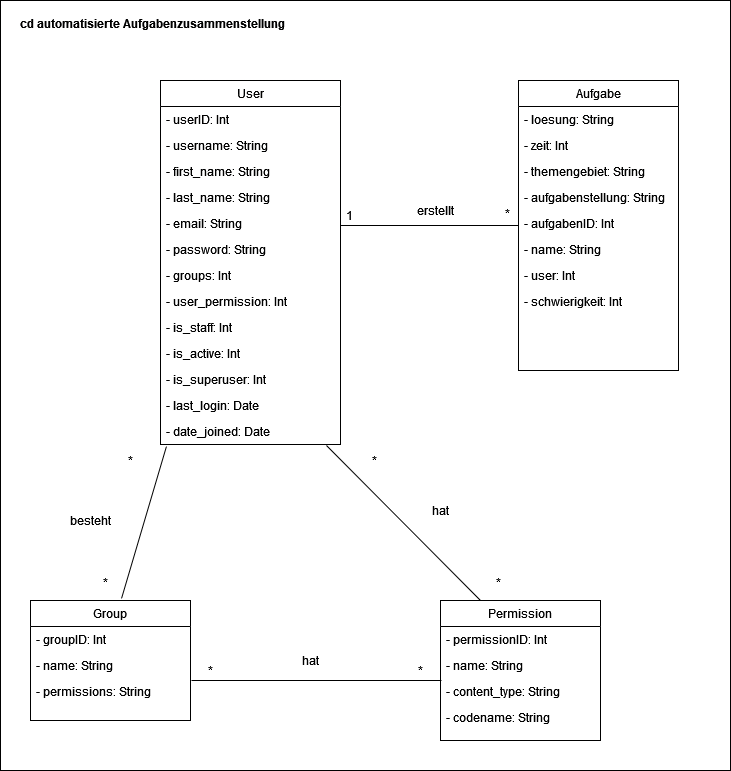
This is Dokumente/Klassendiagramm.png from LefGian/Software_Engineering_Internship, a draw.io export, as it was before one commit. Source tidied: cells renumbered, new cells last; positions are measured from the earlier drawing's top-left corner, leaving out a move shared by most shapes.
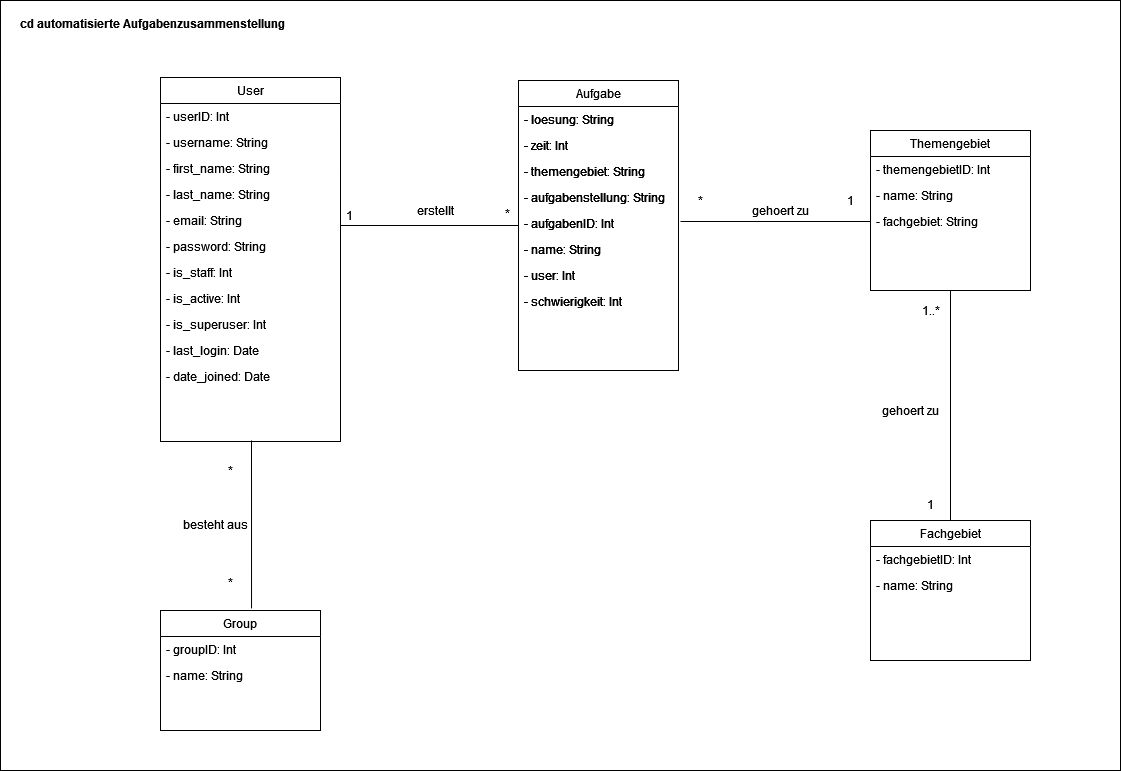
Later version of the same file.

Commit message:
Klassendiagramm aktualisiert

Change to the diagram source:
```diff
@@ -3,10 +3,10 @@
     <mxCell id="0" />
     <mxCell id="1" parent="0" />
     <mxCell id="2" style="rounded=0;whiteSpace=wrap;html=1;" parent="1" vertex="1">
-      <mxGeometry width="730" height="770" as="geometry" />
+      <mxGeometry width="1120" height="770" as="geometry" />
     </mxCell>
     <mxCell id="3" value="User" style="swimlane;fontStyle=0;align=center;verticalAlign=top;horizontal=1;startSize=26;rounded=0;shadow=0;strokeWidth=1;" parent="1" vertex="1">
-      <mxGeometry x="160" y="80" width="180" height="364" as="geometry" />
+      <mxGeometry x="160" y="77" width="180" height="364" as="geometry" />
     </mxCell>
     <mxCell id="4" value="- userID: Int" style="text;align=left;verticalAlign=top;spacingLeft=4;spacingRight=4;overflow=hidden;" parent="3" vertex="1">
       <mxGeometry y="26" width="180" height="26" as="geometry" />
@@ -26,26 +26,20 @@
     <mxCell id="9" value="- password: String" style="text;align=left;verticalAlign=top;spacingLeft=4;spacingRight=4;overflow=hidden;" parent="3" vertex="1">
       <mxGeometry y="156" width="180" height="26" as="geometry" />
     </mxCell>
-    <mxCell id="10" value="- groups: Int" style="text;align=left;verticalAlign=top;spacingLeft=4;spacingRight=4;overflow=hidden;" parent="3" vertex="1">
-      <mxGeometry y="182" width="180" height="26" as="geometry" />
-    </mxCell>
-    <mxCell id="11" value="- user_permission: Int" style="text;align=left;verticalAlign=top;spacingLeft=4;spacingRight=4;overflow=hidden;" parent="3" vertex="1">
-      <mxGeometry y="208" width="180" height="26" as="geometry" />
-    </mxCell>
     <mxCell id="12" value="- is_staff: Int" style="text;align=left;verticalAlign=top;spacingLeft=4;spacingRight=4;overflow=hidden;" parent="3" vertex="1">
-      <mxGeometry y="234" width="180" height="26" as="geometry" />
+      <mxGeometry y="182" width="180" height="26" as="geometry" />
     </mxCell>
     <mxCell id="13" value="- is_active: Int" style="text;align=left;verticalAlign=top;spacingLeft=4;spacingRight=4;overflow=hidden;" parent="3" vertex="1">
-      <mxGeometry y="260" width="180" height="26" as="geometry" />
+      <mxGeometry y="208" width="180" height="26" as="geometry" />
     </mxCell>
     <mxCell id="14" value="- is_superuser: Int" style="text;align=left;verticalAlign=top;spacingLeft=4;spacingRight=4;overflow=hidden;" parent="3" vertex="1">
-      <mxGeometry y="286" width="180" height="26" as="geometry" />
+      <mxGeometry y="234" width="180" height="26" as="geometry" />
     </mxCell>
     <mxCell id="15" value="- last_login: Date" style="text;align=left;verticalAlign=top;spacingLeft=4;spacingRight=4;overflow=hidden;" parent="3" vertex="1">
-      <mxGeometry y="312" width="180" height="26" as="geometry" />
+      <mxGeometry y="260" width="180" height="26" as="geometry" />
     </mxCell>
     <mxCell id="16" value="- date_joined: Date" style="text;align=left;verticalAlign=top;spacingLeft=4;spacingRight=4;overflow=hidden;points=[[0,0.5],[1,0.5]];portConstraint=eastwest;" parent="3" vertex="1">
-      <mxGeometry y="338" width="180" height="26" as="geometry" />
+      <mxGeometry y="286" width="180" height="26" as="geometry" />
     </mxCell>
     <mxCell id="17" value="Aufgabe" style="swimlane;fontStyle=0;align=center;verticalAlign=top;horizontal=1;startSize=26;rounded=0;shadow=0;strokeWidth=1;" parent="1" vertex="1">
       <mxGeometry x="518" y="80" width="160" height="290" as="geometry" />
@@ -89,8 +83,102 @@
         <mxPoint x="-7" y="-3" as="offset" />
       </mxGeometry>
     </mxCell>
+    <mxCell id="52" value="Themengebiet" style="swimlane;fontStyle=0;align=center;verticalAlign=top;horizontal=1;startSize=26;rounded=0;shadow=0;strokeWidth=1;" parent="1" vertex="1">
+      <mxGeometry x="870" y="130" width="160" height="160" as="geometry" />
+    </mxCell>
+    <mxCell id="53" value="- themengebietID: Int" style="text;align=left;verticalAlign=top;spacingLeft=4;spacingRight=4;overflow=hidden;" parent="52" vertex="1">
+      <mxGeometry y="26" width="160" height="26" as="geometry" />
+    </mxCell>
+    <mxCell id="54" value="- name: String" style="text;align=left;verticalAlign=top;spacingLeft=4;spacingRight=4;overflow=hidden;rounded=0;shadow=0;html=0;" parent="52" vertex="1">
+      <mxGeometry y="52" width="160" height="26" as="geometry" />
+    </mxCell>
+    <mxCell id="55" value="- fachgebiet: String" style="text;align=left;verticalAlign=top;spacingLeft=4;spacingRight=4;overflow=hidden;points=[[0,0.5],[1,0.5]];portConstraint=eastwest;rounded=0;shadow=0;html=0;" parent="52" vertex="1">
+      <mxGeometry y="78" width="160" height="26" as="geometry" />
+    </mxCell>
+    <mxCell id="40" style="endArrow=none;html=1;entryX=0.569;entryY=-0.017;entryDx=0;entryDy=0;entryPerimeter=0;" parent="1" edge="1" target="29">
+      <mxGeometry relative="1" as="geometry">
+        <mxPoint x="251" y="440" as="sourcePoint" />
+      </mxGeometry>
+    </mxCell>
+    <mxCell id="41" value="*" style="text;html=1;align=center;verticalAlign=middle;" parent="1" vertex="1">
+      <mxGeometry x="220" y="460" width="20" height="20" as="geometry" />
+    </mxCell>
+    <mxCell id="42" value="*" style="text;html=1;align=center;verticalAlign=middle;" parent="1" vertex="1">
+      <mxGeometry x="220" y="572" width="20" height="20" as="geometry" />
+    </mxCell>
+    <mxCell id="44" value="erstellt" style="text;html=1;align=center;verticalAlign=middle;" parent="1" vertex="1">
+      <mxGeometry x="410" y="200" width="50" height="20" as="geometry" />
+    </mxCell>
+    <mxCell id="46" value="besteht aus" style="text;html=1;align=center;verticalAlign=middle;" parent="1" vertex="1">
+      <mxGeometry x="175" y="514" width="80" height="20" as="geometry" />
+    </mxCell>
+    <mxCell id="51" value="cd automatisierte Aufgabenzusammenstellung" style="text;align=center;fontStyle=1;verticalAlign=middle;spacingLeft=3;spacingRight=3;strokeColor=none;" parent="1" vertex="1">
+      <mxGeometry x="15" y="10" width="275" height="26" as="geometry" />
+    </mxCell>
+    <mxCell id="56" value="Fachgebiet" style="swimlane;fontStyle=0;align=center;verticalAlign=top;horizontal=1;startSize=26;rounded=0;shadow=0;strokeWidth=1;" parent="1" vertex="1">
+      <mxGeometry x="870" y="520" width="160" height="140" as="geometry" />
+    </mxCell>
+    <mxCell id="57" value="- fachgebietID: Int" style="text;align=left;verticalAlign=top;spacingLeft=4;spacingRight=4;overflow=hidden;" parent="56" vertex="1">
+      <mxGeometry y="26" width="160" height="26" as="geometry" />
+    </mxCell>
+    <mxCell id="35" value="- name: String" style="text;align=left;verticalAlign=top;spacingLeft=4;spacingRight=4;overflow=hidden;" parent="56" vertex="1">
+      <mxGeometry y="52" width="160" height="26" as="geometry" />
+    </mxCell>
+    <mxCell id="58" value="Aufgabe" style="swimlane;fontStyle=0;align=center;verticalAlign=top;horizontal=1;startSize=26;rounded=0;shadow=0;strokeWidth=1;" parent="1" vertex="1">
+      <mxGeometry x="518" y="80" width="160" height="290" as="geometry" />
+    </mxCell>
+    <mxCell id="59" value="- loesung: String" style="text;align=left;verticalAlign=top;spacingLeft=4;spacingRight=4;overflow=hidden;" parent="58" vertex="1">
+      <mxGeometry y="26" width="160" height="26" as="geometry" />
+    </mxCell>
+    <mxCell id="60" value="- zeit: Int" style="text;align=left;verticalAlign=top;spacingLeft=4;spacingRight=4;overflow=hidden;rounded=0;shadow=0;html=0;" parent="58" vertex="1">
+      <mxGeometry y="52" width="160" height="26" as="geometry" />
+    </mxCell>
+    <mxCell id="61" value="- themengebiet: String" style="text;align=left;verticalAlign=top;spacingLeft=4;spacingRight=4;overflow=hidden;rounded=0;shadow=0;html=0;" parent="58" vertex="1">
+      <mxGeometry y="78" width="160" height="26" as="geometry" />
+    </mxCell>
+    <mxCell id="62" value="- aufgabenstellung: String" style="text;align=left;verticalAlign=top;spacingLeft=4;spacingRight=4;overflow=hidden;rounded=0;shadow=0;html=0;" parent="58" vertex="1">
+      <mxGeometry y="104" width="160" height="26" as="geometry" />
+    </mxCell>
+    <mxCell id="63" value="- aufgabenID: Int" style="text;align=left;verticalAlign=top;spacingLeft=4;spacingRight=4;overflow=hidden;rounded=0;shadow=0;html=0;fontStyle=0;" parent="58" vertex="1">
+      <mxGeometry y="130" width="160" height="26" as="geometry" />
+    </mxCell>
+    <mxCell id="64" value="- name: String" style="text;align=left;verticalAlign=top;spacingLeft=4;spacingRight=4;overflow=hidden;" parent="58" vertex="1">
+      <mxGeometry y="156" width="160" height="26" as="geometry" />
+    </mxCell>
+    <mxCell id="65" value="- user: Int" style="text;align=left;verticalAlign=top;spacingLeft=4;spacingRight=4;overflow=hidden;" parent="58" vertex="1">
+      <mxGeometry y="182" width="160" height="26" as="geometry" />
+    </mxCell>
+    <mxCell id="66" value="- schwierigkeit: Int" style="text;align=left;verticalAlign=top;spacingLeft=4;spacingRight=4;overflow=hidden;" parent="58" vertex="1">
+      <mxGeometry y="208" width="160" height="26" as="geometry" />
+    </mxCell>
+    <mxCell id="67" style="endArrow=none;endFill=0;endSize=12;html=1;entryX=0;entryY=0.5;entryDx=0;entryDy=0;" parent="1" edge="1" target="55">
+      <mxGeometry relative="1" as="geometry">
+        <mxPoint x="680" y="221" as="sourcePoint" />
+      </mxGeometry>
+    </mxCell>
+    <mxCell id="68" style="endArrow=none;endFill=0;endSize=12;html=1;exitX=0.5;exitY=1;exitDx=0;exitDy=0;entryX=0.5;entryY=0;entryDx=0;entryDy=0;" parent="1" edge="1" source="52" target="56">
+      <mxGeometry relative="1" as="geometry" />
+    </mxCell>
+    <mxCell id="69" value="gehoert zu" style="text;html=1;strokeColor=none;fillColor=none;align=center;verticalAlign=middle;whiteSpace=wrap;rounded=0;" parent="1" vertex="1">
+      <mxGeometry x="750" y="200" width="60" height="20" as="geometry" />
+    </mxCell>
+    <mxCell id="70" value="*" style="text;html=1;align=center;verticalAlign=middle;" parent="1" vertex="1">
+      <mxGeometry x="690" y="190" width="20" height="20" as="geometry" />
+    </mxCell>
+    <mxCell id="71" value="1" style="text;html=1;align=center;verticalAlign=middle;" parent="1" vertex="1">
+      <mxGeometry x="840" y="190" width="20" height="20" as="geometry" />
+    </mxCell>
+    <mxCell id="72" value="gehoert zu" style="text;html=1;strokeColor=none;fillColor=none;align=center;verticalAlign=middle;whiteSpace=wrap;rounded=0;" parent="1" vertex="1">
+      <mxGeometry x="880" y="400" width="60" height="20" as="geometry" />
+    </mxCell>
+    <mxCell id="73" value="1..*" style="text;html=1;align=center;verticalAlign=middle;" parent="1" vertex="1">
+      <mxGeometry x="915" y="300" width="30" height="20" as="geometry" />
+    </mxCell>
+    <mxCell id="74" value="1" style="text;html=1;align=center;verticalAlign=middle;" parent="1" vertex="1">
+      <mxGeometry x="920" y="494" width="20" height="20" as="geometry" />
+    </mxCell>
     <mxCell id="29" value="Group" style="swimlane;fontStyle=0;align=center;verticalAlign=top;horizontal=1;startSize=26;rounded=0;shadow=0;strokeWidth=1;" parent="1" vertex="1">
-      <mxGeometry x="30" y="600" width="160" height="120" as="geometry" />
+      <mxGeometry x="160" y="610" width="160" height="120" as="geometry" />
     </mxCell>
     <mxCell id="30" value="- groupID: Int" style="text;align=left;verticalAlign=top;spacingLeft=4;spacingRight=4;overflow=hidden;" parent="29" vertex="1">
       <mxGeometry y="26" width="160" height="26" as="geometry" />
@@ -98,69 +186,5 @@
     <mxCell id="31" value="- name: String" style="text;align=left;verticalAlign=top;spacingLeft=4;spacingRight=4;overflow=hidden;rounded=0;shadow=0;html=0;" parent="29" vertex="1">
       <mxGeometry y="52" width="160" height="26" as="geometry" />
     </mxCell>
-    <mxCell id="32" value="- permissions: String" style="text;align=left;verticalAlign=top;spacingLeft=4;spacingRight=4;overflow=hidden;" parent="29" vertex="1">
-      <mxGeometry y="78" width="160" height="26" as="geometry" />
-    </mxCell>
-    <mxCell id="33" value="Permission" style="swimlane;fontStyle=0;align=center;verticalAlign=top;horizontal=1;startSize=26;rounded=0;shadow=0;strokeWidth=1;" parent="1" vertex="1">
-      <mxGeometry x="440" y="600" width="160" height="140" as="geometry" />
-    </mxCell>
-    <mxCell id="34" value="- permissionID: Int" style="text;align=left;verticalAlign=top;spacingLeft=4;spacingRight=4;overflow=hidden;" parent="33" vertex="1">
-      <mxGeometry y="26" width="160" height="26" as="geometry" />
-    </mxCell>
-    <mxCell id="35" value="- name: String" style="text;align=left;verticalAlign=top;spacingLeft=4;spacingRight=4;overflow=hidden;" parent="33" vertex="1">
-      <mxGeometry y="52" width="160" height="26" as="geometry" />
-    </mxCell>
-    <mxCell id="36" value="- content_type: String" style="text;align=left;verticalAlign=top;spacingLeft=4;spacingRight=4;overflow=hidden;points=[[0,0.5],[1,0.5]];portConstraint=eastwest;" parent="33" vertex="1">
-      <mxGeometry y="78" width="160" height="26" as="geometry" />
-    </mxCell>
-    <mxCell id="37" value="- codename: String" style="text;align=left;verticalAlign=top;spacingLeft=4;spacingRight=4;overflow=hidden;" parent="33" vertex="1">
-      <mxGeometry y="104" width="160" height="26" as="geometry" />
-    </mxCell>
-    <mxCell id="38" style="endArrow=none;endFill=0;endSize=24;html=1;entryX=0.006;entryY=0.077;entryDx=0;entryDy=0;entryPerimeter=0;" parent="1" edge="1" target="36">
-      <mxGeometry relative="1" as="geometry">
-        <mxPoint x="191" y="680" as="sourcePoint" />
-      </mxGeometry>
-    </mxCell>
-    <mxCell id="39" style="endArrow=none;html=1;entryX=0.922;entryY=1.038;entryDx=0;entryDy=0;entryPerimeter=0;" parent="1" edge="1" target="16">
-      <mxGeometry relative="1" as="geometry">
-        <mxPoint x="480" y="600" as="sourcePoint" />
-      </mxGeometry>
-    </mxCell>
-    <mxCell id="40" style="endArrow=none;html=1;entryX=0.569;entryY=-0.017;entryDx=0;entryDy=0;entryPerimeter=0;exitX=0.033;exitY=1.077;exitDx=0;exitDy=0;exitPerimeter=0;" parent="1" edge="1" source="16" target="29">
-      <mxGeometry relative="1" as="geometry" />
-    </mxCell>
-    <mxCell id="41" value="*" style="text;html=1;align=center;verticalAlign=middle;" parent="1" vertex="1">
-      <mxGeometry x="120" y="450" width="20" height="20" as="geometry" />
-    </mxCell>
-    <mxCell id="42" value="*" style="text;html=1;align=center;verticalAlign=middle;" parent="1" vertex="1">
-      <mxGeometry x="95" y="572" width="20" height="20" as="geometry" />
-    </mxCell>
-    <mxCell id="43" value="*" style="text;html=1;align=center;verticalAlign=middle;" parent="1" vertex="1">
-      <mxGeometry x="200" y="660" width="20" height="20" as="geometry" />
-    </mxCell>
-    <mxCell id="44" value="erstellt" style="text;html=1;align=center;verticalAlign=middle;" parent="1" vertex="1">
-      <mxGeometry x="410" y="200" width="50" height="20" as="geometry" />
-    </mxCell>
-    <mxCell id="45" value="*" style="text;html=1;align=center;verticalAlign=middle;" parent="1" vertex="1">
-      <mxGeometry x="410" y="660" width="20" height="20" as="geometry" />
-    </mxCell>
-    <mxCell id="46" value="besteht" style="text;html=1;align=center;verticalAlign=middle;" parent="1" vertex="1">
-      <mxGeometry x="65" y="510" width="50" height="20" as="geometry" />
-    </mxCell>
-    <mxCell id="47" value="hat" style="text;html=1;align=center;verticalAlign=middle;" parent="1" vertex="1">
-      <mxGeometry x="295" y="650" width="30" height="20" as="geometry" />
-    </mxCell>
-    <mxCell id="48" value="hat" style="text;html=1;align=center;verticalAlign=middle;" parent="1" vertex="1">
-      <mxGeometry x="425" y="500" width="30" height="20" as="geometry" />
-    </mxCell>
-    <mxCell id="49" value="*" style="text;html=1;align=center;verticalAlign=middle;" parent="1" vertex="1">
-      <mxGeometry x="364" y="450" width="20" height="20" as="geometry" />
-    </mxCell>
-    <mxCell id="50" value="*" style="text;html=1;align=center;verticalAlign=middle;" parent="1" vertex="1">
-      <mxGeometry x="488" y="572" width="20" height="20" as="geometry" />
-    </mxCell>
-    <mxCell id="51" value="cd automatisierte Aufgabenzusammenstellung" style="text;align=center;fontStyle=1;verticalAlign=middle;spacingLeft=3;spacingRight=3;strokeColor=none;" parent="1" vertex="1">
-      <mxGeometry x="15" y="10" width="275" height="26" as="geometry" />
-    </mxCell>
   </root>
 </mxGraphModel>
```
